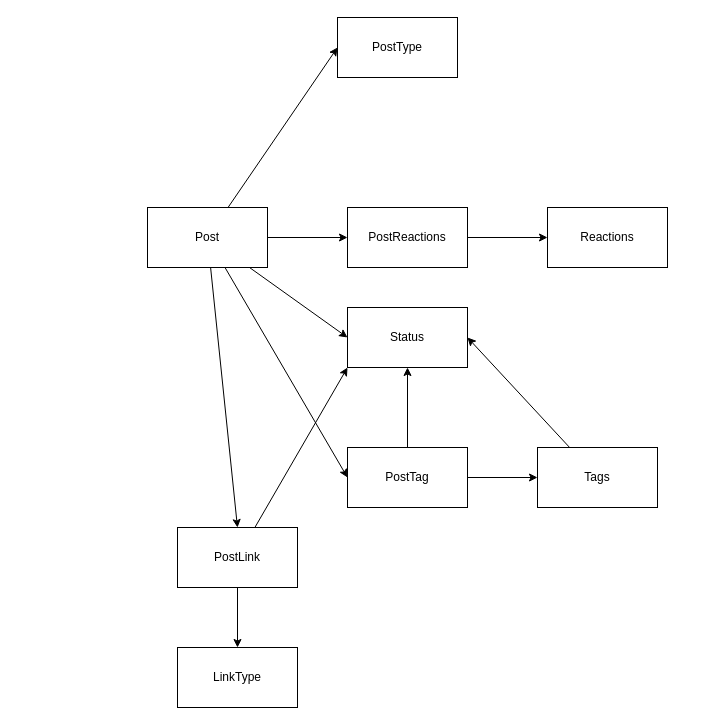
Above: Designs/Glory2Him.Models.drawio in cjdutoit/Glory2Him.Api (draw.io), before the change. Source tidied: cells renumbered, new cells numbered last; positions are measured from the earlier drawing's top-left corner, leaving out a move shared by most shapes. Both pictures are drawn from the tidied source at 100%, with x=0, y=0 at pixel (147, 17).
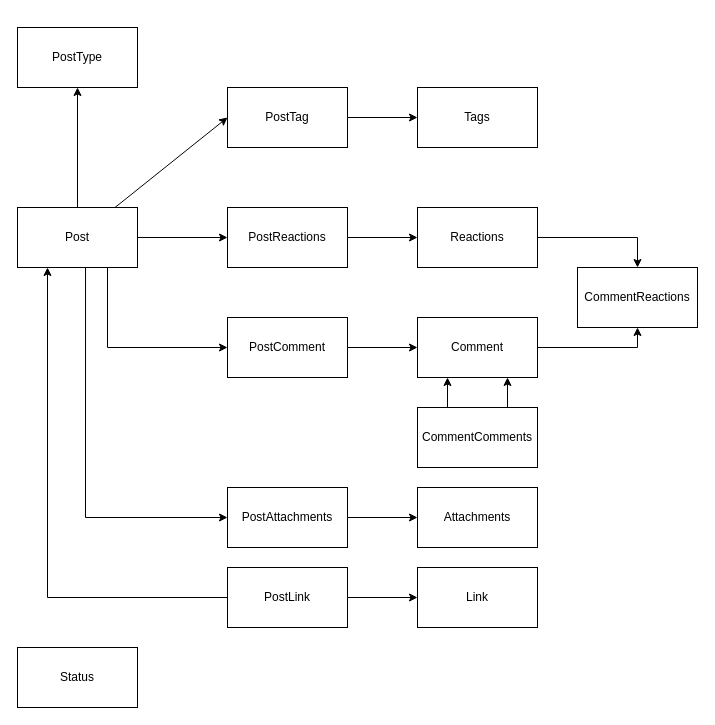
Above is the later version.

Commit message:
DOCUMENTATION: Data Design

The edit, as a diff of the source:
```diff
@@
-    <mxCell id="3" style="edgeStyle=none;rounded=0;jettySize=auto;html=1;entryX=0;entryY=0.5;entryDx=0;entryDy=0;" parent="1" edge="1" source="7" target="14">
+    <mxCell id="3" style="edgeStyle=none;rounded=0;jettySize=auto;html=1;entryX=0.5;entryY=1;entryDx=0;entryDy=0;" parent="1" edge="1" source="7" target="14">
       <mxGeometry relative="1" as="geometry" />
     </mxCell>
-    <mxCell id="4" style="edgeStyle=none;rounded=0;jettySize=auto;html=1;entryX=0;entryY=0.5;entryDx=0;entryDy=0;" parent="1" edge="1" source="7" target="16">
-      <mxGeometry relative="1" as="geometry" />
-    </mxCell>
@@
-    <mxCell id="6" style="edgeStyle=none;rounded=0;jettySize=auto;html=1;entryX=0.5;entryY=0;entryDx=0;entryDy=0;" parent="1" edge="1" source="7" target="21">
-      <mxGeometry relative="1" as="geometry" />
-    </mxCell>
+    <mxCell id="23" style="edgeStyle=orthogonalEdgeStyle;rounded=0;jettySize=auto;html=1;exitX=0.75;exitY=1;exitDx=0;exitDy=0;entryX=0;entryY=0.5;entryDx=0;entryDy=0;" parent="1" edge="1" source="7" target="29">
+      <mxGeometry relative="1" as="geometry" />
+    </mxCell>
+    <mxCell id="24" style="edgeStyle=orthogonalEdgeStyle;rounded=0;jettySize=auto;html=1;exitX=0.567;exitY=0.983;exitDx=0;exitDy=0;entryX=0;entryY=0.5;entryDx=0;entryDy=0;exitPerimeter=0;" parent="1" edge="1" source="7" target="38">
+      <mxGeometry relative="1" as="geometry" />
+    </mxCell>
     <mxCell id="7" value="Post" style="rounded=0;whiteSpace=wrap;html=1;" parent="1" vertex="1">
-      <mxGeometry y="190" width="120" height="60" as="geometry" />
+      <mxGeometry x="-130" y="190" width="120" height="60" as="geometry" />
     </mxCell>
@@
     <mxCell id="9" value="PostReactions" style="rounded=0;whiteSpace=wrap;html=1;" parent="1" vertex="1">
-      <mxGeometry x="200" y="190" width="120" height="60" as="geometry" />
+      <mxGeometry x="80" y="190" width="120" height="60" as="geometry" />
     </mxCell>
-    <mxCell id="10" value="Reactions" style="rounded=0;whiteSpace=wrap;html=1;" parent="1" vertex="1">
-      <mxGeometry x="400" y="190" width="120" height="60" as="geometry" />
-    </mxCell>
-    <mxCell id="11" style="edgeStyle=none;rounded=0;jettySize=auto;html=1;entryX=0.5;entryY=1;entryDx=0;entryDy=0;" parent="1" edge="1" source="13" target="16">
-      <mxGeometry relative="1" as="geometry" />
-    </mxCell>
@@
     <mxCell id="13" value="PostTag" style="rounded=0;whiteSpace=wrap;html=1;" parent="1" vertex="1">
-      <mxGeometry x="200" y="430" width="120" height="60" as="geometry" />
+      <mxGeometry x="80" y="70" width="120" height="60" as="geometry" />
     </mxCell>
     <mxCell id="14" value="PostType" style="rounded=0;whiteSpace=wrap;html=1;" parent="1" vertex="1">
-      <mxGeometry x="190" width="120" height="60" as="geometry" />
+      <mxGeometry x="-130" y="10" width="120" height="60" as="geometry" />
     </mxCell>
@@
     <mxCell id="16" value="Status" style="rounded=0;whiteSpace=wrap;html=1;" parent="1" vertex="1">
-      <mxGeometry x="200" y="290" width="120" height="60" as="geometry" />
+      <mxGeometry x="-130" y="630" width="120" height="60" as="geometry" />
     </mxCell>
-    <mxCell id="17" style="edgeStyle=none;rounded=0;jettySize=auto;html=1;entryX=1;entryY=0.5;entryDx=0;entryDy=0;" parent="1" edge="1" source="18" target="16">
-      <mxGeometry relative="1" as="geometry" />
-    </mxCell>
     <mxCell id="18" value="Tags" style="rounded=0;whiteSpace=wrap;html=1;" parent="1" vertex="1">
-      <mxGeometry x="390" y="430" width="120" height="60" as="geometry" />
+      <mxGeometry x="270" y="70" width="120" height="60" as="geometry" />
     </mxCell>
-    <mxCell id="19" style="edgeStyle=none;rounded=0;jettySize=auto;html=1;entryX=0.5;entryY=0;entryDx=0;entryDy=0;" parent="1" edge="1" source="21" target="22">
-      <mxGeometry relative="1" as="geometry" />
-    </mxCell>
-    <mxCell id="20" style="edgeStyle=none;rounded=0;jettySize=auto;html=1;entryX=0;entryY=1;entryDx=0;entryDy=0;" parent="1" edge="1" source="21" target="16">
-      <mxGeometry relative="1" as="geometry" />
-    </mxCell>
+    <mxCell id="25" style="edgeStyle=orthogonalEdgeStyle;rounded=0;jettySize=auto;html=1;exitX=1;exitY=0.5;exitDx=0;exitDy=0;entryX=0;entryY=0.5;entryDx=0;entryDy=0;" parent="1" edge="1" source="21" target="32">
+      <mxGeometry relative="1" as="geometry" />
+    </mxCell>
+    <mxCell id="26" style="edgeStyle=orthogonalEdgeStyle;rounded=0;jettySize=auto;html=1;exitX=0;exitY=0.5;exitDx=0;exitDy=0;entryX=0.25;entryY=1;entryDx=0;entryDy=0;" parent="1" edge="1" source="21" target="7">
+      <mxGeometry relative="1" as="geometry" />
+    </mxCell>
     <mxCell id="21" value="PostLink" style="rounded=0;whiteSpace=wrap;html=1;" parent="1" vertex="1">
-      <mxGeometry x="30" y="510" width="120" height="60" as="geometry" />
+      <mxGeometry x="80" y="550" width="120" height="60" as="geometry" />
     </mxCell>
-    <mxCell id="22" value="LinkType" style="rounded=0;whiteSpace=wrap;html=1;" parent="1" vertex="1">
-      <mxGeometry x="30" y="630" width="120" height="60" as="geometry" />
-    </mxCell>
+    <mxCell id="27" style="edgeStyle=orthogonalEdgeStyle;rounded=0;jettySize=auto;html=1;exitX=1;exitY=0.5;exitDx=0;exitDy=0;entryX=0.5;entryY=0;entryDx=0;entryDy=0;" parent="1" edge="1" source="10" target="33">
+      <mxGeometry relative="1" as="geometry" />
+    </mxCell>
+    <mxCell id="10" value="Reactions" style="rounded=0;whiteSpace=wrap;html=1;" parent="1" vertex="1">
+      <mxGeometry x="270" y="190" width="120" height="60" as="geometry" />
+    </mxCell>
+    <mxCell id="28" style="edgeStyle=orthogonalEdgeStyle;rounded=0;jettySize=auto;html=1;exitX=1;exitY=0.5;exitDx=0;exitDy=0;entryX=0;entryY=0.5;entryDx=0;entryDy=0;" parent="1" edge="1" source="29" target="31">
+      <mxGeometry relative="1" as="geometry" />
+    </mxCell>
+    <mxCell id="29" value="PostComment" style="rounded=0;whiteSpace=wrap;html=1;" parent="1" vertex="1">
+      <mxGeometry x="80" y="300" width="120" height="60" as="geometry" />
+    </mxCell>
+    <mxCell id="30" style="edgeStyle=orthogonalEdgeStyle;rounded=0;jettySize=auto;html=1;exitX=1;exitY=0.5;exitDx=0;exitDy=0;entryX=0.5;entryY=1;entryDx=0;entryDy=0;" parent="1" edge="1" source="31" target="33">
+      <mxGeometry relative="1" as="geometry" />
+    </mxCell>
+    <mxCell id="31" value="Comment" style="rounded=0;whiteSpace=wrap;html=1;" parent="1" vertex="1">
+      <mxGeometry x="270" y="300" width="120" height="60" as="geometry" />
+    </mxCell>
+    <mxCell id="32" value="Link" style="rounded=0;whiteSpace=wrap;html=1;" parent="1" vertex="1">
+      <mxGeometry x="270" y="550" width="120" height="60" as="geometry" />
+    </mxCell>
+    <mxCell id="33" value="CommentReactions" style="rounded=0;whiteSpace=wrap;html=1;" parent="1" vertex="1">
+      <mxGeometry x="430" y="250" width="120" height="60" as="geometry" />
+    </mxCell>
+    <mxCell id="34" style="edgeStyle=orthogonalEdgeStyle;rounded=0;jettySize=auto;html=1;exitX=0.25;exitY=0;exitDx=0;exitDy=0;entryX=0.25;entryY=1;entryDx=0;entryDy=0;" parent="1" edge="1" source="36" target="31">
+      <mxGeometry relative="1" as="geometry" />
+    </mxCell>
+    <mxCell id="35" style="edgeStyle=orthogonalEdgeStyle;rounded=0;jettySize=auto;html=1;exitX=0.75;exitY=0;exitDx=0;exitDy=0;entryX=0.75;entryY=1;entryDx=0;entryDy=0;" parent="1" edge="1" source="36" target="31">
+      <mxGeometry relative="1" as="geometry" />
+    </mxCell>
+    <mxCell id="36" value="CommentComments" style="rounded=0;whiteSpace=wrap;html=1;" parent="1" vertex="1">
+      <mxGeometry x="270" y="390" width="120" height="60" as="geometry" />
+    </mxCell>
+    <mxCell id="37" style="edgeStyle=orthogonalEdgeStyle;rounded=0;jettySize=auto;html=1;exitX=1;exitY=0.5;exitDx=0;exitDy=0;entryX=0;entryY=0.5;entryDx=0;entryDy=0;" parent="1" edge="1" source="38" target="39">
+      <mxGeometry relative="1" as="geometry" />
+    </mxCell>
+    <mxCell id="38" value="PostAttachments" style="rounded=0;whiteSpace=wrap;html=1;" parent="1" vertex="1">
+      <mxGeometry x="80" y="470" width="120" height="60" as="geometry" />
+    </mxCell>
+    <mxCell id="39" value="Attachments" style="rounded=0;whiteSpace=wrap;html=1;" parent="1" vertex="1">
+      <mxGeometry x="270" y="470" width="120" height="60" as="geometry" />
+    </mxCell>
```
